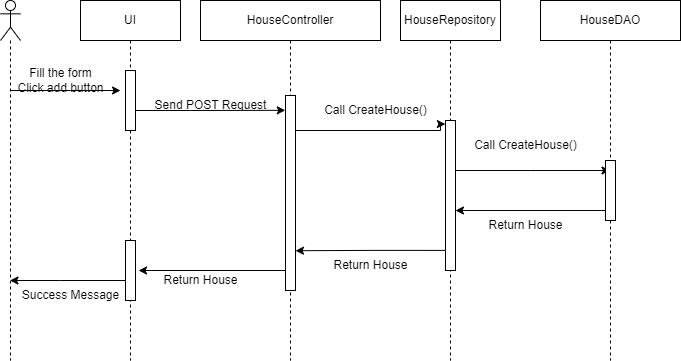
Before: Documentation/Diagram/Sequence Diagrams/Landlord Create House - Sequence Diagram.drawio.png, a diagram exported from draw.io (nguyenthegiang/fu-house-finder). Source tidied: cells renumbered, new cells last; positions are measured from the earlier drawing's top-left corner, leaving out a move shared by most shapes. Source of this version:
```xml
<mxGraphModel>
  <root>
    <mxCell id="0" />
    <mxCell id="1" parent="0" />
    <mxCell id="2" style="edgeStyle=orthogonalEdgeStyle;rounded=0;jettySize=auto;html=1;" parent="1" edge="1" source="3">
      <mxGeometry relative="1" as="geometry">
        <mxPoint x="120" y="90" as="targetPoint" />
        <Array as="points">
          <mxPoint x="70" y="90" />
          <mxPoint x="70" y="90" />
        </Array>
      </mxGeometry>
    </mxCell>
    <mxCell id="3" style="shape=umlLifeline;participant=umlActor;perimeter=lifelinePerimeter;whiteSpace=wrap;html=1;verticalAlign=top;spacingTop=36;outlineConnect=0;" parent="1" vertex="1">
      <mxGeometry width="20" height="360" as="geometry" />
    </mxCell>
    <mxCell id="4" style="edgeStyle=orthogonalEdgeStyle;rounded=0;jettySize=auto;html=1;entryX=-0.022;entryY=0.076;entryDx=0;entryDy=0;entryPerimeter=0;" parent="1" edge="1" source="5" target="10">
      <mxGeometry relative="1" as="geometry">
        <Array as="points">
          <mxPoint x="190" y="110" />
          <mxPoint x="190" y="110" />
        </Array>
      </mxGeometry>
    </mxCell>
    <mxCell id="5" value="UI" style="shape=umlLifeline;perimeter=lifelinePerimeter;whiteSpace=wrap;html=1;outlineConnect=0;" parent="1" vertex="1">
      <mxGeometry x="80" width="100" height="360" as="geometry" />
    </mxCell>
    <mxCell id="6" style="verticalLabelPosition=bottom;verticalAlign=top;html=1;shape=mxgraph.basic.rect;fillColor2=none;strokeWidth=1;size=20;indent=5;" parent="5" vertex="1">
      <mxGeometry x="45" y="70" width="10" height="60" as="geometry" />
    </mxCell>
    <mxCell id="7" style="verticalLabelPosition=bottom;verticalAlign=top;html=1;shape=mxgraph.basic.rect;fillColor2=none;strokeWidth=1;size=20;indent=5;" parent="5" vertex="1">
      <mxGeometry x="45" y="240" width="10" height="60" as="geometry" />
    </mxCell>
    <mxCell id="8" style="edgeStyle=orthogonalEdgeStyle;rounded=0;jettySize=auto;html=1;entryX=-0.012;entryY=0.024;entryDx=0;entryDy=0;entryPerimeter=0;" parent="1" edge="1" source="9" target="16">
      <mxGeometry relative="1" as="geometry">
        <Array as="points">
          <mxPoint x="440" y="130" />
        </Array>
      </mxGeometry>
    </mxCell>
    <mxCell id="9" value="HouseController" style="shape=umlLifeline;perimeter=lifelinePerimeter;whiteSpace=wrap;html=1;outlineConnect=0;" parent="1" vertex="1">
      <mxGeometry x="200" width="180" height="360" as="geometry" />
    </mxCell>
    <mxCell id="10" style="verticalLabelPosition=bottom;verticalAlign=top;html=1;shape=mxgraph.basic.rect;fillColor2=none;strokeWidth=1;size=20;indent=5;" parent="9" vertex="1">
      <mxGeometry x="85" y="95" width="10" height="195" as="geometry" />
    </mxCell>
    <mxCell id="11" value="Return House" style="text;html=1;align=center;verticalAlign=middle;strokeColor=none;fillColor=none;" parent="9" vertex="1">
      <mxGeometry x="120" y="250" width="100" height="30" as="geometry" />
    </mxCell>
    <mxCell id="12" style="edgeStyle=orthogonalEdgeStyle;rounded=0;jettySize=auto;html=1;" parent="1" edge="1" source="14" target="18">
      <mxGeometry relative="1" as="geometry">
        <Array as="points">
          <mxPoint x="530" y="170" />
          <mxPoint x="530" y="170" />
        </Array>
      </mxGeometry>
    </mxCell>
    <mxCell id="13" style="edgeStyle=orthogonalEdgeStyle;rounded=0;jettySize=auto;html=1;entryX=1;entryY=0.796;entryDx=0;entryDy=0;entryPerimeter=0;exitX=0.092;exitY=0.866;exitDx=0;exitDy=0;exitPerimeter=0;" parent="1" edge="1" source="16" target="10">
      <mxGeometry relative="1" as="geometry" />
    </mxCell>
    <mxCell id="14" value="HouseRepository" style="shape=umlLifeline;perimeter=lifelinePerimeter;whiteSpace=wrap;html=1;outlineConnect=0;" parent="1" vertex="1">
      <mxGeometry x="400" width="100" height="360" as="geometry" />
    </mxCell>
    <mxCell id="15" value="Call CreateHouse()" style="text;html=1;align=center;verticalAlign=middle;strokeColor=none;fillColor=none;" parent="14" vertex="1">
      <mxGeometry x="-90" y="95" width="130" height="30" as="geometry" />
    </mxCell>
    <mxCell id="16" style="verticalLabelPosition=bottom;verticalAlign=top;html=1;shape=mxgraph.basic.rect;fillColor2=none;strokeWidth=1;size=20;indent=5;" parent="14" vertex="1">
      <mxGeometry x="45" y="120" width="10" height="150" as="geometry" />
    </mxCell>
    <mxCell id="17" style="edgeStyle=orthogonalEdgeStyle;rounded=0;jettySize=auto;html=1;" parent="1" edge="1" source="18">
      <mxGeometry relative="1" as="geometry">
        <mxPoint x="455" y="210" as="targetPoint" />
        <Array as="points">
          <mxPoint x="455" y="210" />
        </Array>
      </mxGeometry>
    </mxCell>
    <mxCell id="18" value="HouseDAO" style="shape=umlLifeline;perimeter=lifelinePerimeter;whiteSpace=wrap;html=1;outlineConnect=0;" parent="1" vertex="1">
      <mxGeometry x="540" width="140" height="360" as="geometry" />
    </mxCell>
    <mxCell id="19" style="verticalLabelPosition=bottom;verticalAlign=top;html=1;shape=mxgraph.basic.rect;fillColor2=none;strokeWidth=1;size=20;indent=5;" parent="18" vertex="1">
      <mxGeometry x="65" y="160" width="10" height="60" as="geometry" />
    </mxCell>
    <mxCell id="20" value="Return House" style="text;html=1;align=center;verticalAlign=middle;strokeColor=none;fillColor=none;" parent="18" vertex="1">
      <mxGeometry x="-65" y="210" width="100" height="30" as="geometry" />
    </mxCell>
    <mxCell id="21" value="Fill the form&lt;br&gt;Click add button" style="text;html=1;align=center;verticalAlign=middle;strokeColor=none;fillColor=none;" parent="1" vertex="1">
      <mxGeometry x="5" y="60" width="110" height="40" as="geometry" />
    </mxCell>
    <mxCell id="22" value="Send POST Request" style="text;html=1;align=center;verticalAlign=middle;points=[];strokeColor=none;fillColor=none;" parent="1" vertex="1">
      <mxGeometry x="140" y="90" width="140" height="30" as="geometry" />
    </mxCell>
    <mxCell id="23" value="Call CreateHouse()" style="text;html=1;align=center;verticalAlign=middle;strokeColor=none;fillColor=none;" parent="1" vertex="1">
      <mxGeometry x="460" y="130" width="130" height="30" as="geometry" />
    </mxCell>
    <mxCell id="24" style="edgeStyle=orthogonalEdgeStyle;rounded=0;jettySize=auto;html=1;" parent="1" edge="1" source="10">
      <mxGeometry relative="1" as="geometry">
        <mxPoint x="138" y="270" as="targetPoint" />
        <Array as="points">
          <mxPoint x="138" y="270" />
        </Array>
      </mxGeometry>
    </mxCell>
    <mxCell id="25" value="Return House" style="text;html=1;align=center;verticalAlign=middle;strokeColor=none;fillColor=none;" parent="1" vertex="1">
      <mxGeometry x="150" y="265" width="100" height="30" as="geometry" />
    </mxCell>
    <mxCell id="26" style="edgeStyle=orthogonalEdgeStyle;rounded=0;jettySize=auto;html=1;" parent="1" edge="1" source="7" target="3">
      <mxGeometry relative="1" as="geometry">
        <Array as="points">
          <mxPoint x="60" y="280" />
          <mxPoint x="60" y="280" />
        </Array>
      </mxGeometry>
    </mxCell>
    <mxCell id="27" value="Success Message" style="text;html=1;align=center;verticalAlign=middle;strokeColor=none;fillColor=none;" parent="1" vertex="1">
      <mxGeometry x="10" y="280" width="120" height="30" as="geometry" />
    </mxCell>
  </root>
</mxGraphModel>
```
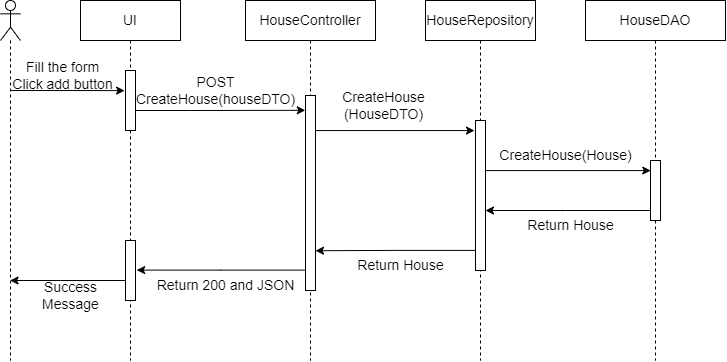
After the commit.

Diff of the diagram source:
```diff
@@ -2,19 +2,18 @@
   <root>
     <mxCell id="0" />
     <mxCell id="1" parent="0" />
-    <mxCell id="2" style="edgeStyle=orthogonalEdgeStyle;rounded=0;jettySize=auto;html=1;" parent="1" edge="1" source="3">
+    <mxCell id="2" style="edgeStyle=orthogonalEdgeStyle;rounded=0;jettySize=auto;html=1;fontSize=14;entryX=-0.005;entryY=0.502;entryDx=0;entryDy=0;entryPerimeter=0;" parent="1" edge="1" source="3" target="22">
       <mxGeometry relative="1" as="geometry">
-        <mxPoint x="120" y="90" as="targetPoint" />
         <Array as="points">
-          <mxPoint x="70" y="90" />
-          <mxPoint x="70" y="90" />
+          <mxPoint x="35" y="90" />
+          <mxPoint x="35" y="90" />
         </Array>
       </mxGeometry>
     </mxCell>
-    <mxCell id="3" style="shape=umlLifeline;participant=umlActor;perimeter=lifelinePerimeter;whiteSpace=wrap;html=1;verticalAlign=top;spacingTop=36;outlineConnect=0;" parent="1" vertex="1">
+    <mxCell id="3" style="shape=umlLifeline;participant=umlActor;perimeter=lifelinePerimeter;whiteSpace=wrap;html=1;verticalAlign=top;spacingTop=36;outlineConnect=0;fontSize=14;" parent="1" vertex="1">
       <mxGeometry width="20" height="360" as="geometry" />
     </mxCell>
-    <mxCell id="4" style="edgeStyle=orthogonalEdgeStyle;rounded=0;jettySize=auto;html=1;entryX=-0.022;entryY=0.076;entryDx=0;entryDy=0;entryPerimeter=0;" parent="1" edge="1" source="5" target="10">
+    <mxCell id="4" style="edgeStyle=orthogonalEdgeStyle;rounded=0;jettySize=auto;html=1;entryX=-0.022;entryY=0.076;entryDx=0;entryDy=0;entryPerimeter=0;fontSize=14;" parent="1" edge="1" source="5" target="10">
       <mxGeometry relative="1" as="geometry">
         <Array as="points">
           <mxPoint x="190" y="110" />
@@ -22,89 +21,72 @@
         </Array>
       </mxGeometry>
     </mxCell>
-    <mxCell id="5" value="UI" style="shape=umlLifeline;perimeter=lifelinePerimeter;whiteSpace=wrap;html=1;outlineConnect=0;" parent="1" vertex="1">
+    <mxCell id="5" value="UI" style="shape=umlLifeline;perimeter=lifelinePerimeter;whiteSpace=wrap;html=1;outlineConnect=0;fontSize=14;" parent="1" vertex="1">
       <mxGeometry x="80" width="100" height="360" as="geometry" />
     </mxCell>
-    <mxCell id="6" style="verticalLabelPosition=bottom;verticalAlign=top;html=1;shape=mxgraph.basic.rect;fillColor2=none;strokeWidth=1;size=20;indent=5;" parent="5" vertex="1">
+    <mxCell id="6" style="verticalLabelPosition=bottom;verticalAlign=top;html=1;shape=mxgraph.basic.rect;fillColor2=none;strokeWidth=1;size=20;indent=5;fontSize=14;" parent="5" vertex="1">
       <mxGeometry x="45" y="70" width="10" height="60" as="geometry" />
     </mxCell>
-    <mxCell id="7" style="verticalLabelPosition=bottom;verticalAlign=top;html=1;shape=mxgraph.basic.rect;fillColor2=none;strokeWidth=1;size=20;indent=5;" parent="5" vertex="1">
+    <mxCell id="7" style="verticalLabelPosition=bottom;verticalAlign=top;html=1;shape=mxgraph.basic.rect;fillColor2=none;strokeWidth=1;size=20;indent=5;fontSize=14;" parent="5" vertex="1">
       <mxGeometry x="45" y="240" width="10" height="60" as="geometry" />
     </mxCell>
-    <mxCell id="8" style="edgeStyle=orthogonalEdgeStyle;rounded=0;jettySize=auto;html=1;entryX=-0.012;entryY=0.024;entryDx=0;entryDy=0;entryPerimeter=0;" parent="1" edge="1" source="9" target="16">
+    <mxCell id="8" style="edgeStyle=orthogonalEdgeStyle;rounded=0;jettySize=auto;html=1;fontSize=14;entryX=-0.1;entryY=0.067;entryDx=0;entryDy=0;entryPerimeter=0;" parent="1" edge="1" source="9" target="16">
       <mxGeometry relative="1" as="geometry">
         <Array as="points">
-          <mxPoint x="440" y="130" />
+          <mxPoint x="365" y="130" />
+          <mxPoint x="365" y="130" />
         </Array>
       </mxGeometry>
     </mxCell>
-    <mxCell id="9" value="HouseController" style="shape=umlLifeline;perimeter=lifelinePerimeter;whiteSpace=wrap;html=1;outlineConnect=0;" parent="1" vertex="1">
-      <mxGeometry x="200" width="180" height="360" as="geometry" />
+    <mxCell id="9" value="HouseController" style="shape=umlLifeline;perimeter=lifelinePerimeter;whiteSpace=wrap;html=1;outlineConnect=0;fontSize=14;" parent="1" vertex="1">
+      <mxGeometry x="245" width="130" height="360" as="geometry" />
     </mxCell>
-    <mxCell id="10" style="verticalLabelPosition=bottom;verticalAlign=top;html=1;shape=mxgraph.basic.rect;fillColor2=none;strokeWidth=1;size=20;indent=5;" parent="9" vertex="1">
-      <mxGeometry x="85" y="95" width="10" height="195" as="geometry" />
+    <mxCell id="10" style="verticalLabelPosition=bottom;verticalAlign=top;html=1;shape=mxgraph.basic.rect;fillColor2=none;strokeWidth=1;size=20;indent=5;fontSize=14;" parent="9" vertex="1">
+      <mxGeometry x="60" y="95" width="10" height="195" as="geometry" />
     </mxCell>
-    <mxCell id="11" value="Return House" style="text;html=1;align=center;verticalAlign=middle;strokeColor=none;fillColor=none;" parent="9" vertex="1">
-      <mxGeometry x="120" y="250" width="100" height="30" as="geometry" />
-    </mxCell>
-    <mxCell id="12" style="edgeStyle=orthogonalEdgeStyle;rounded=0;jettySize=auto;html=1;" parent="1" edge="1" source="14" target="18">
+    <mxCell id="12" style="edgeStyle=orthogonalEdgeStyle;rounded=0;jettySize=auto;html=1;fontSize=14;entryX=0.024;entryY=0.168;entryDx=0;entryDy=0;entryPerimeter=0;" parent="1" edge="1" source="14" target="19">
       <mxGeometry relative="1" as="geometry">
         <Array as="points">
-          <mxPoint x="530" y="170" />
-          <mxPoint x="530" y="170" />
+          <mxPoint x="535" y="170" />
+          <mxPoint x="535" y="170" />
         </Array>
       </mxGeometry>
     </mxCell>
-    <mxCell id="13" style="edgeStyle=orthogonalEdgeStyle;rounded=0;jettySize=auto;html=1;entryX=1;entryY=0.796;entryDx=0;entryDy=0;entryPerimeter=0;exitX=0.092;exitY=0.866;exitDx=0;exitDy=0;exitPerimeter=0;" parent="1" edge="1" source="16" target="10">
+    <mxCell id="13" style="edgeStyle=orthogonalEdgeStyle;rounded=0;jettySize=auto;html=1;entryX=1;entryY=0.796;entryDx=0;entryDy=0;entryPerimeter=0;exitX=0.092;exitY=0.866;exitDx=0;exitDy=0;exitPerimeter=0;fontSize=14;" parent="1" edge="1" source="16" target="10">
       <mxGeometry relative="1" as="geometry" />
     </mxCell>
-    <mxCell id="14" value="HouseRepository" style="shape=umlLifeline;perimeter=lifelinePerimeter;whiteSpace=wrap;html=1;outlineConnect=0;" parent="1" vertex="1">
-      <mxGeometry x="400" width="100" height="360" as="geometry" />
+    <mxCell id="14" value="HouseRepository" style="shape=umlLifeline;perimeter=lifelinePerimeter;whiteSpace=wrap;html=1;outlineConnect=0;fontSize=14;" parent="1" vertex="1">
+      <mxGeometry x="425" width="110" height="360" as="geometry" />
     </mxCell>
-    <mxCell id="15" value="Call CreateHouse()" style="text;html=1;align=center;verticalAlign=middle;strokeColor=none;fillColor=none;" parent="14" vertex="1">
-      <mxGeometry x="-90" y="95" width="130" height="30" as="geometry" />
-    </mxCell>
-    <mxCell id="16" style="verticalLabelPosition=bottom;verticalAlign=top;html=1;shape=mxgraph.basic.rect;fillColor2=none;strokeWidth=1;size=20;indent=5;" parent="14" vertex="1">
-      <mxGeometry x="45" y="120" width="10" height="150" as="geometry" />
+    <mxCell id="16" style="verticalLabelPosition=bottom;verticalAlign=top;html=1;shape=mxgraph.basic.rect;fillColor2=none;strokeWidth=1;size=20;indent=5;fontSize=14;" parent="14" vertex="1">
+      <mxGeometry x="50" y="120" width="10" height="150" as="geometry" />
     </mxCell>
-    <mxCell id="17" style="edgeStyle=orthogonalEdgeStyle;rounded=0;jettySize=auto;html=1;" parent="1" edge="1" source="18">
+    <mxCell id="17" style="edgeStyle=orthogonalEdgeStyle;rounded=0;jettySize=auto;html=1;fontSize=14;" parent="1" edge="1" source="18">
       <mxGeometry relative="1" as="geometry">
-        <mxPoint x="455" y="210" as="targetPoint" />
+        <mxPoint x="485" y="210" as="targetPoint" />
         <Array as="points">
-          <mxPoint x="455" y="210" />
+          <mxPoint x="565" y="210" />
+          <mxPoint x="565" y="210" />
         </Array>
       </mxGeometry>
     </mxCell>
-    <mxCell id="18" value="HouseDAO" style="shape=umlLifeline;perimeter=lifelinePerimeter;whiteSpace=wrap;html=1;outlineConnect=0;" parent="1" vertex="1">
-      <mxGeometry x="540" width="140" height="360" as="geometry" />
+    <mxCell id="18" value="HouseDAO" style="shape=umlLifeline;perimeter=lifelinePerimeter;whiteSpace=wrap;html=1;outlineConnect=0;fontSize=14;" parent="1" vertex="1">
+      <mxGeometry x="585" width="140" height="360" as="geometry" />
     </mxCell>
-    <mxCell id="19" style="verticalLabelPosition=bottom;verticalAlign=top;html=1;shape=mxgraph.basic.rect;fillColor2=none;strokeWidth=1;size=20;indent=5;" parent="18" vertex="1">
+    <mxCell id="19" style="verticalLabelPosition=bottom;verticalAlign=top;html=1;shape=mxgraph.basic.rect;fillColor2=none;strokeWidth=1;size=20;indent=5;fontSize=14;" parent="18" vertex="1">
       <mxGeometry x="65" y="160" width="10" height="60" as="geometry" />
     </mxCell>
-    <mxCell id="20" value="Return House" style="text;html=1;align=center;verticalAlign=middle;strokeColor=none;fillColor=none;" parent="18" vertex="1">
-      <mxGeometry x="-65" y="210" width="100" height="30" as="geometry" />
-    </mxCell>
-    <mxCell id="21" value="Fill the form&lt;br&gt;Click add button" style="text;html=1;align=center;verticalAlign=middle;strokeColor=none;fillColor=none;" parent="1" vertex="1">
-      <mxGeometry x="5" y="60" width="110" height="40" as="geometry" />
-    </mxCell>
-    <mxCell id="22" value="Send POST Request" style="text;html=1;align=center;verticalAlign=middle;points=[];strokeColor=none;fillColor=none;" parent="1" vertex="1">
-      <mxGeometry x="140" y="90" width="140" height="30" as="geometry" />
-    </mxCell>
-    <mxCell id="23" value="Call CreateHouse()" style="text;html=1;align=center;verticalAlign=middle;strokeColor=none;fillColor=none;" parent="1" vertex="1">
-      <mxGeometry x="460" y="130" width="130" height="30" as="geometry" />
-    </mxCell>
-    <mxCell id="24" style="edgeStyle=orthogonalEdgeStyle;rounded=0;jettySize=auto;html=1;" parent="1" edge="1" source="10">
+    <mxCell id="24" style="edgeStyle=orthogonalEdgeStyle;rounded=0;jettySize=auto;html=1;fontSize=14;entryX=1.117;entryY=0.493;entryDx=0;entryDy=0;entryPerimeter=0;" parent="1" edge="1" source="10" target="7">
       <mxGeometry relative="1" as="geometry">
-        <mxPoint x="138" y="270" as="targetPoint" />
         <Array as="points">
-          <mxPoint x="138" y="270" />
+          <mxPoint x="220" y="270" />
         </Array>
       </mxGeometry>
     </mxCell>
-    <mxCell id="25" value="Return House" style="text;html=1;align=center;verticalAlign=middle;strokeColor=none;fillColor=none;" parent="1" vertex="1">
-      <mxGeometry x="150" y="265" width="100" height="30" as="geometry" />
+    <mxCell id="25" value="Return 200 and JSON" style="text;html=1;align=center;verticalAlign=middle;strokeColor=none;fillColor=none;fontSize=14;" parent="1" vertex="1">
+      <mxGeometry x="145" y="270" width="160" height="30" as="geometry" />
     </mxCell>
-    <mxCell id="26" style="edgeStyle=orthogonalEdgeStyle;rounded=0;jettySize=auto;html=1;" parent="1" edge="1" source="7" target="3">
+    <mxCell id="26" style="edgeStyle=orthogonalEdgeStyle;rounded=0;jettySize=auto;html=1;fontSize=14;" parent="1" edge="1" source="7" target="3">
       <mxGeometry relative="1" as="geometry">
         <Array as="points">
           <mxPoint x="60" y="280" />
@@ -112,8 +94,26 @@
         </Array>
       </mxGeometry>
     </mxCell>
-    <mxCell id="27" value="Success Message" style="text;html=1;align=center;verticalAlign=middle;strokeColor=none;fillColor=none;" parent="1" vertex="1">
-      <mxGeometry x="10" y="280" width="120" height="30" as="geometry" />
+    <mxCell id="27" value="Success &lt;br&gt;Message" style="text;html=1;align=center;verticalAlign=middle;strokeColor=none;fillColor=none;fontSize=14;" parent="1" vertex="1">
+      <mxGeometry x="30" y="270" width="80" height="50" as="geometry" />
     </mxCell>
+    <mxCell id="22" value="POST &lt;br style=&quot;font-size: 14px;&quot;&gt;CreateHouse(houseDTO)" style="text;html=1;align=center;verticalAlign=middle;points=[];strokeColor=none;fillColor=none;fontSize=14;" parent="1" vertex="1">
+      <mxGeometry x="125" y="65" width="180" height="50" as="geometry" />
+    </mxCell>
+    <mxCell id="21" value="Fill the form&lt;br style=&quot;font-size: 14px;&quot;&gt;Click add button" style="text;html=1;align=center;verticalAlign=middle;strokeColor=none;fillColor=none;fontSize=14;" parent="1" vertex="1">
+      <mxGeometry x="2" y="50" width="120" height="50" as="geometry" />
+    </mxCell>
+    <mxCell id="15" value="CreateHouse&lt;br&gt;(HouseDTO)" style="text;html=1;align=center;verticalAlign=middle;strokeColor=none;fillColor=none;fontSize=14;" parent="1" vertex="1">
+      <mxGeometry x="328" y="80" width="110" height="50" as="geometry" />
+    </mxCell>
+    <mxCell id="23" value="CreateHouse(House)" style="text;html=1;align=center;verticalAlign=middle;strokeColor=none;fillColor=none;fontSize=14;" parent="1" vertex="1">
+      <mxGeometry x="485" y="140" width="160" height="30" as="geometry" />
+    </mxCell>
+    <mxCell id="20" value="Return House" style="text;html=1;align=center;verticalAlign=middle;strokeColor=none;fillColor=none;fontSize=14;" parent="1" vertex="1">
+      <mxGeometry x="515" y="210" width="110" height="30" as="geometry" />
+    </mxCell>
+    <mxCell id="11" value="Return House" style="text;html=1;align=center;verticalAlign=middle;strokeColor=none;fillColor=none;fontSize=14;" parent="1" vertex="1">
+      <mxGeometry x="345" y="250" width="110" height="30" as="geometry" />
+    </mxCell>
   </root>
 </mxGraphModel>
```
